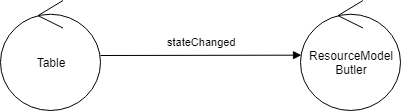
xAlessandroC/iss2019TemaFinale keeps this draw.io diagram as Relazioni/images/analisi/TableModelButlerArchitecture.png. Above is the earlier version. Source tidied: cells renumbered, new cells last; positions are measured from the earlier drawing's top-left corner, leaving out a move shared by most shapes.
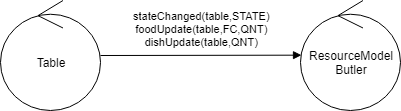
After the change.

The edit, as a diff of the source:
```diff
@@ -8,7 +8,7 @@
     <mxCell id="3" value="ResourceModel&lt;br&gt;Butler" style="ellipse;shape=umlControl;whiteSpace=wrap;html=1;" parent="1" vertex="1">
       <mxGeometry x="300" width="100" height="110" as="geometry" />
     </mxCell>
-    <mxCell id="4" value="stateChanged" style="html=1;verticalAlign=bottom;endArrow=block;entryX=0.01;entryY=0.497;entryDx=0;entryDy=0;entryPerimeter=0;" parent="1" edge="1" source="2" target="3">
+    <mxCell id="4" value="stateChanged(table,STATE)&lt;br&gt;foodUpdate(table,FC,QNT)&lt;br&gt;dishUpdate(table,QNT)" style="html=1;verticalAlign=bottom;endArrow=block;entryX=0.01;entryY=0.497;entryDx=0;entryDy=0;entryPerimeter=0;" parent="1" edge="1" source="2" target="3">
       <mxGeometry x="0.02" y="5" relative="1" as="geometry" />
     </mxCell>
   </root>
```
